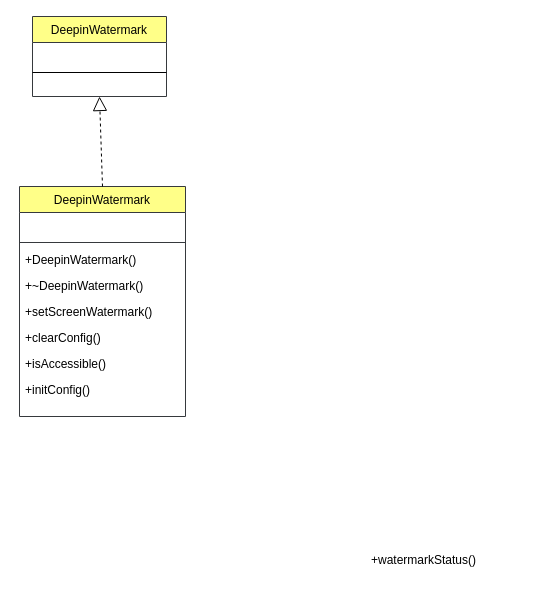
The draw.io diagram 未命名绘图.drawio in 7Wcy/7Wcy, before the edit. Source tidied: cells renumbered, new cells numbered last; positions are measured from the earlier drawing's top-left corner, leaving out a move shared by most shapes. Both pictures are drawn from the tidied source at 100%, with x=0, y=0 at pixel (19, 16).
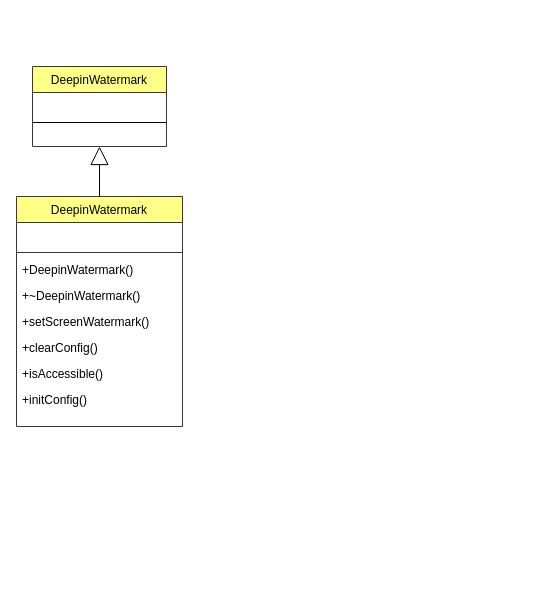
The same page after the edit.

Commit message (it also covers changes not shown here):
更新未命名绘图.drawio

Diff of the diagram source:
```diff
@@
 <mxGraphModel>
   <root>
     <mxCell id="0" />
     <mxCell id="1" parent="0" />
     <mxCell id="2" value="DeepinWatermark" style="swimlane;fontStyle=0;align=center;verticalAlign=top;horizontal=1;startSize=26;rounded=0;shadow=0;strokeWidth=1;fillColor=#ffff88;strokeColor=#36393d;" parent="1" vertex="1">
-      <mxGeometry y="170" width="166" height="230" as="geometry" />
+      <mxGeometry x="-3" y="180" width="166" height="230" as="geometry" />
     </mxCell>
     <mxCell id="3" value=" " style="text;align=left;verticalAlign=top;spacingLeft=4;spacingRight=4;overflow=hidden;rounded=0;shadow=0;html=0;" parent="2" vertex="1">
       <mxGeometry y="26" width="166" height="26" as="geometry" />
     </mxCell>
     <mxCell id="4" style="line;html=1;strokeWidth=1;align=left;verticalAlign=middle;spacingTop=-1;spacingLeft=3;spacingRight=3;labelPosition=right;fillColor=#ffff88;strokeColor=#36393d;" parent="2" vertex="1">
       <mxGeometry y="52" width="166" height="8" as="geometry" />
     </mxCell>
     <mxCell id="5" value="+DeepinWatermark()" style="text;align=left;verticalAlign=top;spacingLeft=4;spacingRight=4;overflow=hidden;rounded=0;shadow=0;html=0;" parent="2" vertex="1">
       <mxGeometry y="60" width="166" height="26" as="geometry" />
     </mxCell>
     <mxCell id="6" value="+~DeepinWatermark()" style="text;align=left;verticalAlign=top;spacingLeft=4;spacingRight=4;overflow=hidden;" parent="2" vertex="1">
       <mxGeometry y="86" width="166" height="26" as="geometry" />
     </mxCell>
     <mxCell id="7" value="+setScreenWatermark()" style="text;align=left;verticalAlign=top;spacingLeft=4;spacingRight=4;overflow=hidden;rounded=0;shadow=0;html=0;" parent="2" vertex="1">
       <mxGeometry y="112" width="166" height="26" as="geometry" />
     </mxCell>
     <mxCell id="8" value="+clearConfig()" style="text;align=left;verticalAlign=top;spacingLeft=4;spacingRight=4;overflow=hidden;rounded=0;shadow=0;html=0;" parent="2" vertex="1">
       <mxGeometry y="138" width="166" height="26" as="geometry" />
     </mxCell>
     <mxCell id="9" value="+isAccessible()" style="text;align=left;verticalAlign=top;spacingLeft=4;spacingRight=4;overflow=hidden;rounded=0;shadow=0;html=0;" parent="2" vertex="1">
       <mxGeometry y="164" width="166" height="26" as="geometry" />
     </mxCell>
     <mxCell id="10" value="+initConfig()" style="text;align=left;verticalAlign=top;spacingLeft=4;spacingRight=4;overflow=hidden;rounded=0;shadow=0;html=0;" parent="2" vertex="1">
       <mxGeometry y="190" width="166" height="26" as="geometry" />
     </mxCell>
-    <mxCell id="11" value="+watermarkStatus()" style="text;align=left;verticalAlign=top;spacingLeft=4;spacingRight=4;overflow=hidden;rounded=0;shadow=0;html=0;" parent="1" vertex="1">
-      <mxGeometry x="346" y="530" width="160" height="26" as="geometry" />
-    </mxCell>
     <mxCell id="12" value="DeepinWatermark" style="swimlane;fontStyle=0;align=center;verticalAlign=top;horizontal=1;startSize=26;rounded=0;shadow=0;strokeWidth=1;fillColor=#ffff88;strokeColor=#36393d;" parent="1" vertex="1">
-      <mxGeometry x="13" width="134" height="80" as="geometry" />
+      <mxGeometry x="13" y="50" width="134" height="80" as="geometry" />
     </mxCell>
     <mxCell id="13" value=" " style="text;align=left;verticalAlign=top;spacingLeft=4;spacingRight=4;overflow=hidden;rounded=0;shadow=0;html=0;" parent="12" vertex="1">
       <mxGeometry y="26" width="134" height="26" as="geometry" />
     </mxCell>
     <mxCell id="14" style="line;html=1;strokeWidth=1;align=left;verticalAlign=middle;spacingTop=-1;spacingLeft=3;spacingRight=3;labelPosition=right;" parent="12" vertex="1">
       <mxGeometry y="52" width="134" height="8" as="geometry" />
     </mxCell>
-    <mxCell id="15" style="endArrow=block;dashed=1;endFill=0;endSize=12;html=1;rounded=0;exitX=0.5;exitY=0;exitDx=0;exitDy=0;entryX=0.5;entryY=1;entryDx=0;entryDy=0;" parent="1" edge="1" source="2" target="12">
+    <mxCell id="15" style="endArrow=block;endSize=16;endFill=0;html=1;rounded=0;entryX=0.5;entryY=1;entryDx=0;entryDy=0;exitX=0.5;exitY=0;exitDx=0;exitDy=0;" parent="1" edge="1" source="2" target="12">
       <mxGeometry relative="1" as="geometry" />
     </mxCell>
   </root>
 </mxGraphModel>
```
